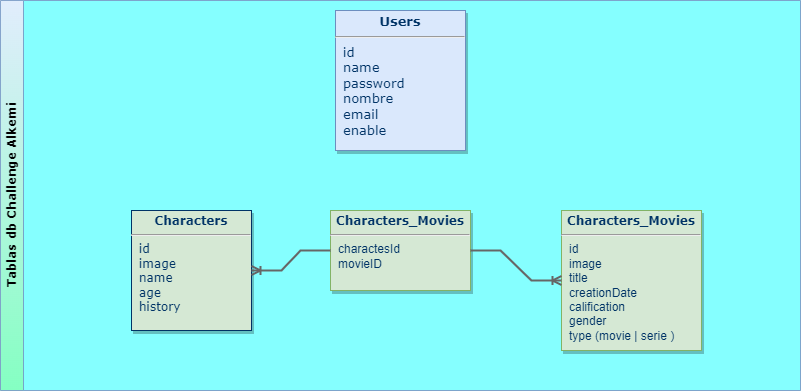
alekusa/api_nodejs keeps this draw.io diagram as db.png. Above is the earlier version. Source tidied: cells renumbered, new cells last; positions are measured from the earlier drawing's top-left corner, leaving out a move shared by most shapes. The source it was exported from:
```xml
<mxGraphModel>
  <root>
    <mxCell id="0" />
    <mxCell id="1" parent="0" />
    <mxCell id="2" value="Tablas db Challenge Alkemi" style="swimlane;horizontal=0;whiteSpace=wrap;html=1;fontFamily=Verdana;glass=0;opacity=80;fillColor=#dae8fc;strokeColor=#6c8ebf;fillStyle=auto;gradientColor=#66FFB3;swimlaneFillColor=#66FFFF;" parent="1" vertex="1">
      <mxGeometry width="800" height="390" as="geometry" />
    </mxCell>
    <mxCell id="3" value="&lt;p style=&quot;margin: 4px 0px 0px; text-align: center; font-size: 13px;&quot;&gt;&lt;strong style=&quot;font-size: 13px;&quot;&gt;Users&lt;/strong&gt;&lt;/p&gt;&lt;hr style=&quot;font-size: 13px;&quot;&gt;&lt;p style=&quot;margin: 0px 0px 0px 8px; font-size: 13px;&quot;&gt;id&lt;/p&gt;&lt;p style=&quot;margin: 0px 0px 0px 8px; font-size: 13px;&quot;&gt;name&lt;/p&gt;&lt;p style=&quot;margin: 0px 0px 0px 8px; font-size: 13px;&quot;&gt;password&lt;/p&gt;&lt;p style=&quot;margin: 0px 0px 0px 8px; font-size: 13px;&quot;&gt;&lt;span style=&quot;background-color: initial; font-size: 13px;&quot;&gt;nombre&lt;/span&gt;&lt;/p&gt;&lt;p style=&quot;margin: 0px 0px 0px 8px; font-size: 13px;&quot;&gt;&lt;span style=&quot;background-color: initial; font-size: 13px;&quot;&gt;email&lt;/span&gt;&lt;br style=&quot;font-size: 13px;&quot;&gt;&lt;/p&gt;&lt;p style=&quot;margin: 0px 0px 0px 8px; font-size: 13px;&quot;&gt;&lt;span style=&quot;background-color: initial; font-size: 13px;&quot;&gt;enable&lt;/span&gt;&lt;/p&gt;&lt;p style=&quot;margin: 0px 0px 0px 8px; font-size: 13px;&quot;&gt;&lt;span style=&quot;background-color: initial; font-size: 13px;&quot;&gt;&lt;br style=&quot;font-size: 13px;&quot;&gt;&lt;/span&gt;&lt;/p&gt;" style="verticalAlign=top;align=left;overflow=fill;fontSize=13;fontFamily=Verdana;html=1;strokeColor=#6c8ebf;shadow=1;fillColor=#dae8fc;direction=west;flipH=0;flipV=1;fontColor=#003366;" parent="2" vertex="1">
      <mxGeometry x="335" y="10" width="130" height="140" as="geometry" />
    </mxCell>
    <mxCell id="4" value="&lt;p style=&quot;margin: 4px 0px 0px; text-align: center;&quot;&gt;&lt;b style=&quot;&quot;&gt;&lt;font style=&quot;&quot; face=&quot;Verdana&quot;&gt;Characters&lt;/font&gt;&lt;/b&gt;&lt;/p&gt;&lt;hr&gt;&lt;p style=&quot;margin: 0px; margin-left: 8px;&quot;&gt;&lt;font face=&quot;Verdana&quot;&gt;id&lt;/font&gt;&lt;/p&gt;&lt;p style=&quot;margin: 0px; margin-left: 8px;&quot;&gt;&lt;font face=&quot;Verdana&quot;&gt;image&lt;/font&gt;&lt;/p&gt;&lt;p style=&quot;margin: 0px; margin-left: 8px;&quot;&gt;&lt;font face=&quot;Verdana&quot;&gt;name&lt;/font&gt;&lt;/p&gt;&lt;p style=&quot;margin: 0px; margin-left: 8px;&quot;&gt;&lt;font face=&quot;Verdana&quot;&gt;age&lt;/font&gt;&lt;/p&gt;&lt;p style=&quot;margin: 0px; margin-left: 8px;&quot;&gt;&lt;font face=&quot;Verdana&quot;&gt;history&lt;/font&gt;&lt;/p&gt;" style="verticalAlign=top;align=left;overflow=fill;fontSize=12;fontFamily=Helvetica;html=1;strokeColor=#003366;shadow=1;fillColor=#D5E8D4;fontColor=#003366;" parent="2" vertex="1">
      <mxGeometry x="131" y="210" width="120" height="120" as="geometry" />
    </mxCell>
    <mxCell id="5" value="&lt;p style=&quot;margin: 4px 0px 0px; text-align: center;&quot;&gt;&lt;b style=&quot;&quot;&gt;&lt;font style=&quot;&quot; face=&quot;Verdana&quot;&gt;Characters_Movies&lt;/font&gt;&lt;/b&gt;&lt;/p&gt;&lt;hr&gt;&lt;p style=&quot;margin: 0px; margin-left: 8px;&quot;&gt;id&lt;/p&gt;&lt;p style=&quot;margin: 0px; margin-left: 8px;&quot;&gt;image&lt;/p&gt;&lt;p style=&quot;margin: 0px; margin-left: 8px;&quot;&gt;title&lt;/p&gt;&lt;p style=&quot;margin: 0px; margin-left: 8px;&quot;&gt;creationDate&lt;/p&gt;&lt;p style=&quot;margin: 0px; margin-left: 8px;&quot;&gt;calification&lt;/p&gt;&lt;p style=&quot;margin: 0px; margin-left: 8px;&quot;&gt;gender&lt;/p&gt;&lt;p style=&quot;margin: 0px; margin-left: 8px;&quot;&gt;type (movie | serie )&lt;/p&gt;&lt;p style=&quot;margin: 0px; margin-left: 8px;&quot;&gt;&lt;br&gt;&lt;/p&gt;" style="verticalAlign=top;align=left;overflow=fill;fontSize=12;fontFamily=Helvetica;html=1;strokeColor=#82b366;shadow=1;fillColor=#d5e8d4;fontColor=#003366;" parent="2" vertex="1">
      <mxGeometry x="561" y="210" width="140" height="140" as="geometry" />
    </mxCell>
    <mxCell id="6" value="&lt;p style=&quot;margin: 4px 0px 0px; text-align: center;&quot;&gt;&lt;b style=&quot;&quot;&gt;&lt;font style=&quot;&quot; face=&quot;Verdana&quot;&gt;Characters_Movies&lt;/font&gt;&lt;/b&gt;&lt;/p&gt;&lt;hr&gt;&lt;p style=&quot;margin: 0px; margin-left: 8px;&quot;&gt;charactesId&lt;/p&gt;&lt;p style=&quot;margin: 0px; margin-left: 8px;&quot;&gt;movieID&lt;/p&gt;" style="verticalAlign=top;align=left;overflow=fill;fontSize=12;fontFamily=Helvetica;html=1;strokeColor=#82b366;shadow=1;fillColor=#d5e8d4;fontColor=#003366;" parent="2" vertex="1">
      <mxGeometry x="330" y="210" width="140" height="80" as="geometry" />
    </mxCell>
    <mxCell id="7" style="edgeStyle=entityRelationEdgeStyle;fontSize=12;html=1;endArrow=ERoneToMany;rounded=0;fontFamily=Verdana;strokeColor=#666666;labelBackgroundColor=none;fontColor=#000000;strokeWidth=2;" parent="2" edge="1" source="6" target="5">
      <mxGeometry relative="1" as="geometry" />
    </mxCell>
    <mxCell id="8" style="edgeStyle=entityRelationEdgeStyle;fontSize=12;html=1;endArrow=ERoneToMany;rounded=0;fontFamily=Verdana;exitX=0;exitY=0.5;exitDx=0;exitDy=0;strokeColor=#666666;strokeWidth=2;" parent="2" edge="1" source="6" target="4">
      <mxGeometry relative="1" as="geometry" />
    </mxCell>
  </root>
</mxGraphModel>
```
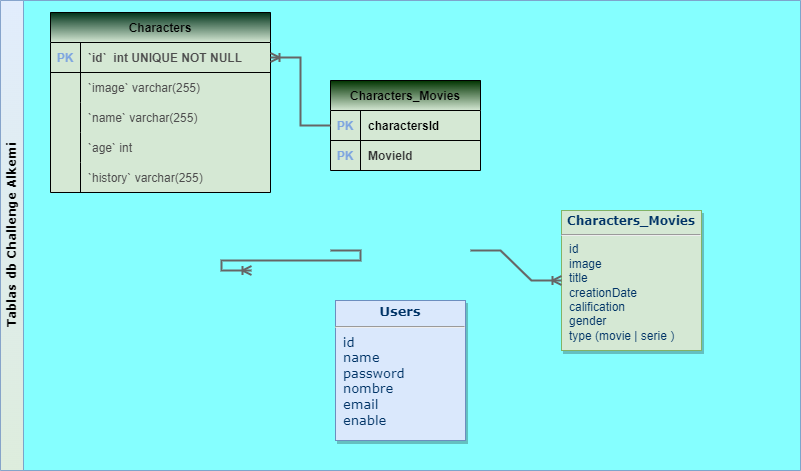
After the change.

Change to the diagram source:
```diff
@@ -2,26 +2,103 @@
   <root>
     <mxCell id="0" />
     <mxCell id="1" parent="0" />
-    <mxCell id="2" value="Tablas db Challenge Alkemi" style="swimlane;horizontal=0;whiteSpace=wrap;html=1;fontFamily=Verdana;glass=0;opacity=80;fillColor=#dae8fc;strokeColor=#6c8ebf;fillStyle=auto;gradientColor=#66FFB3;swimlaneFillColor=#66FFFF;" parent="1" vertex="1">
-      <mxGeometry width="800" height="390" as="geometry" />
+    <mxCell id="2" value="Tablas db Challenge Alkemi" style="swimlane;horizontal=0;whiteSpace=wrap;html=1;fontFamily=Verdana;glass=0;opacity=80;fillColor=#dae8fc;strokeColor=#6c8ebf;fillStyle=auto;gradientColor=#D5E8D4;swimlaneFillColor=#66FFFF;" parent="1" vertex="1">
+      <mxGeometry width="800" height="470" as="geometry" />
     </mxCell>
     <mxCell id="3" value="&lt;p style=&quot;margin: 4px 0px 0px; text-align: center; font-size: 13px;&quot;&gt;&lt;strong style=&quot;font-size: 13px;&quot;&gt;Users&lt;/strong&gt;&lt;/p&gt;&lt;hr style=&quot;font-size: 13px;&quot;&gt;&lt;p style=&quot;margin: 0px 0px 0px 8px; font-size: 13px;&quot;&gt;id&lt;/p&gt;&lt;p style=&quot;margin: 0px 0px 0px 8px; font-size: 13px;&quot;&gt;name&lt;/p&gt;&lt;p style=&quot;margin: 0px 0px 0px 8px; font-size: 13px;&quot;&gt;password&lt;/p&gt;&lt;p style=&quot;margin: 0px 0px 0px 8px; font-size: 13px;&quot;&gt;&lt;span style=&quot;background-color: initial; font-size: 13px;&quot;&gt;nombre&lt;/span&gt;&lt;/p&gt;&lt;p style=&quot;margin: 0px 0px 0px 8px; font-size: 13px;&quot;&gt;&lt;span style=&quot;background-color: initial; font-size: 13px;&quot;&gt;email&lt;/span&gt;&lt;br style=&quot;font-size: 13px;&quot;&gt;&lt;/p&gt;&lt;p style=&quot;margin: 0px 0px 0px 8px; font-size: 13px;&quot;&gt;&lt;span style=&quot;background-color: initial; font-size: 13px;&quot;&gt;enable&lt;/span&gt;&lt;/p&gt;&lt;p style=&quot;margin: 0px 0px 0px 8px; font-size: 13px;&quot;&gt;&lt;span style=&quot;background-color: initial; font-size: 13px;&quot;&gt;&lt;br style=&quot;font-size: 13px;&quot;&gt;&lt;/span&gt;&lt;/p&gt;" style="verticalAlign=top;align=left;overflow=fill;fontSize=13;fontFamily=Verdana;html=1;strokeColor=#6c8ebf;shadow=1;fillColor=#dae8fc;direction=west;flipH=0;flipV=1;fontColor=#003366;" parent="2" vertex="1">
-      <mxGeometry x="335" y="10" width="130" height="140" as="geometry" />
+      <mxGeometry x="335" y="300" width="130" height="140" as="geometry" />
     </mxCell>
-    <mxCell id="4" value="&lt;p style=&quot;margin: 4px 0px 0px; text-align: center;&quot;&gt;&lt;b style=&quot;&quot;&gt;&lt;font style=&quot;&quot; face=&quot;Verdana&quot;&gt;Characters&lt;/font&gt;&lt;/b&gt;&lt;/p&gt;&lt;hr&gt;&lt;p style=&quot;margin: 0px; margin-left: 8px;&quot;&gt;&lt;font face=&quot;Verdana&quot;&gt;id&lt;/font&gt;&lt;/p&gt;&lt;p style=&quot;margin: 0px; margin-left: 8px;&quot;&gt;&lt;font face=&quot;Verdana&quot;&gt;image&lt;/font&gt;&lt;/p&gt;&lt;p style=&quot;margin: 0px; margin-left: 8px;&quot;&gt;&lt;font face=&quot;Verdana&quot;&gt;name&lt;/font&gt;&lt;/p&gt;&lt;p style=&quot;margin: 0px; margin-left: 8px;&quot;&gt;&lt;font face=&quot;Verdana&quot;&gt;age&lt;/font&gt;&lt;/p&gt;&lt;p style=&quot;margin: 0px; margin-left: 8px;&quot;&gt;&lt;font face=&quot;Verdana&quot;&gt;history&lt;/font&gt;&lt;/p&gt;" style="verticalAlign=top;align=left;overflow=fill;fontSize=12;fontFamily=Helvetica;html=1;strokeColor=#003366;shadow=1;fillColor=#D5E8D4;fontColor=#003366;" parent="2" vertex="1">
-      <mxGeometry x="131" y="210" width="120" height="120" as="geometry" />
-    </mxCell>
     <mxCell id="5" value="&lt;p style=&quot;margin: 4px 0px 0px; text-align: center;&quot;&gt;&lt;b style=&quot;&quot;&gt;&lt;font style=&quot;&quot; face=&quot;Verdana&quot;&gt;Characters_Movies&lt;/font&gt;&lt;/b&gt;&lt;/p&gt;&lt;hr&gt;&lt;p style=&quot;margin: 0px; margin-left: 8px;&quot;&gt;id&lt;/p&gt;&lt;p style=&quot;margin: 0px; margin-left: 8px;&quot;&gt;image&lt;/p&gt;&lt;p style=&quot;margin: 0px; margin-left: 8px;&quot;&gt;title&lt;/p&gt;&lt;p style=&quot;margin: 0px; margin-left: 8px;&quot;&gt;creationDate&lt;/p&gt;&lt;p style=&quot;margin: 0px; margin-left: 8px;&quot;&gt;calification&lt;/p&gt;&lt;p style=&quot;margin: 0px; margin-left: 8px;&quot;&gt;gender&lt;/p&gt;&lt;p style=&quot;margin: 0px; margin-left: 8px;&quot;&gt;type (movie | serie )&lt;/p&gt;&lt;p style=&quot;margin: 0px; margin-left: 8px;&quot;&gt;&lt;br&gt;&lt;/p&gt;" style="verticalAlign=top;align=left;overflow=fill;fontSize=12;fontFamily=Helvetica;html=1;strokeColor=#82b366;shadow=1;fillColor=#d5e8d4;fontColor=#003366;" parent="2" vertex="1">
       <mxGeometry x="561" y="210" width="140" height="140" as="geometry" />
     </mxCell>
-    <mxCell id="6" value="&lt;p style=&quot;margin: 4px 0px 0px; text-align: center;&quot;&gt;&lt;b style=&quot;&quot;&gt;&lt;font style=&quot;&quot; face=&quot;Verdana&quot;&gt;Characters_Movies&lt;/font&gt;&lt;/b&gt;&lt;/p&gt;&lt;hr&gt;&lt;p style=&quot;margin: 0px; margin-left: 8px;&quot;&gt;charactesId&lt;/p&gt;&lt;p style=&quot;margin: 0px; margin-left: 8px;&quot;&gt;movieID&lt;/p&gt;" style="verticalAlign=top;align=left;overflow=fill;fontSize=12;fontFamily=Helvetica;html=1;strokeColor=#82b366;shadow=1;fillColor=#d5e8d4;fontColor=#003366;" parent="2" vertex="1">
-      <mxGeometry x="330" y="210" width="140" height="80" as="geometry" />
-    </mxCell>
-    <mxCell id="7" style="edgeStyle=entityRelationEdgeStyle;fontSize=12;html=1;endArrow=ERoneToMany;rounded=0;fontFamily=Verdana;strokeColor=#666666;labelBackgroundColor=none;fontColor=#000000;strokeWidth=2;" parent="2" edge="1" source="6" target="5">
-      <mxGeometry relative="1" as="geometry" />
+    <mxCell id="7" style="edgeStyle=entityRelationEdgeStyle;fontSize=12;html=1;endArrow=ERoneToMany;rounded=0;fontFamily=Verdana;strokeColor=#666666;labelBackgroundColor=none;fontColor=#000000;strokeWidth=2;" parent="2" edge="1" target="5">
+      <mxGeometry relative="1" as="geometry">
+        <mxPoint x="470" y="250" as="sourcePoint" />
+      </mxGeometry>
     </mxCell>
-    <mxCell id="8" style="edgeStyle=entityRelationEdgeStyle;fontSize=12;html=1;endArrow=ERoneToMany;rounded=0;fontFamily=Verdana;exitX=0;exitY=0.5;exitDx=0;exitDy=0;strokeColor=#666666;strokeWidth=2;" parent="2" edge="1" source="6" target="4">
-      <mxGeometry relative="1" as="geometry" />
+    <mxCell id="8" style="edgeStyle=entityRelationEdgeStyle;fontSize=12;html=1;endArrow=ERoneToMany;rounded=0;fontFamily=Verdana;exitX=0;exitY=0.5;exitDx=0;exitDy=0;strokeColor=#666666;strokeWidth=2;" parent="2" edge="1">
+      <mxGeometry relative="1" as="geometry">
+        <mxPoint x="330" y="250" as="sourcePoint" />
+        <mxPoint x="251" y="270" as="targetPoint" />
+      </mxGeometry>
     </mxCell>
+    <mxCell id="9" value="Characters_Movies" style="shape=table;startSize=30;rowLines=0;fontStyle=1;align=center;gradientColor=#003300;gradientDirection=north;swimlaneFillColor=#D5E8D4;fontColor=#000000;fillColor=#D5E8D4;" parent="2" vertex="1">
+      <mxGeometry x="330" y="80" width="150" height="90" as="geometry" />
+    </mxCell>
+    <mxCell id="10" style="shape=tableRow;horizontal=0;startSize=0;swimlaneHead=0;swimlaneBody=0;fillColor=none;points=[[0,0.5],[1,0.5]];portConstraint=eastwest;strokeColor=inherit;top=0;left=0;right=0;bottom=1;fontColor=#666666;" parent="9" vertex="1">
+      <mxGeometry y="30" width="150" height="30" as="geometry" />
+    </mxCell>
+    <mxCell id="11" value="PK" style="shape=partialRectangle;overflow=hidden;fillColor=none;strokeColor=inherit;top=0;left=0;bottom=0;right=0;fontStyle=1;fontColor=#7EA6E0;" parent="10" vertex="1">
+      <mxGeometry width="30" height="30" as="geometry" />
+    </mxCell>
+    <mxCell id="12" value="charactersId" style="shape=partialRectangle;overflow=hidden;fillColor=none;align=left;strokeColor=inherit;top=0;left=0;bottom=0;right=0;spacingLeft=6;fontStyle=1;fontColor=#000000;" parent="10" vertex="1">
+      <mxGeometry x="30" width="120" height="30" as="geometry" />
+    </mxCell>
+    <mxCell id="13" style="shape=tableRow;horizontal=0;startSize=0;swimlaneHead=0;swimlaneBody=0;fillColor=none;strokeColor=inherit;top=0;left=0;right=0;bottom=0;fontColor=#666666;" parent="9" vertex="1">
+      <mxGeometry y="60" width="150" height="30" as="geometry" />
+    </mxCell>
+    <mxCell id="14" value="PK" style="shape=partialRectangle;overflow=hidden;fillColor=none;strokeColor=inherit;top=0;left=0;bottom=0;right=0;fontColor=#7EA6E0;fontStyle=1;" parent="13" vertex="1">
+      <mxGeometry width="30" height="30" as="geometry" />
+    </mxCell>
+    <mxCell id="15" value="MovieId" style="shape=partialRectangle;overflow=hidden;fillColor=none;align=left;strokeColor=inherit;top=0;left=0;bottom=0;right=0;spacingLeft=6;fontColor=#333333;fontStyle=1;" parent="13" vertex="1">
+      <mxGeometry x="30" width="120" height="30" as="geometry" />
+    </mxCell>
+    <mxCell id="16" value="Characters" style="shape=table;startSize=30;rowLines=0;fontStyle=1;align=center;gradientColor=#00331A;swimlaneFillColor=#D5E8D4;fillColor=#D5E8D4;fontColor=#000000;gradientDirection=north;" parent="2" vertex="1">
+      <mxGeometry x="50" y="12" width="220" height="180" as="geometry" />
+    </mxCell>
+    <mxCell id="17" style="shape=tableRow;horizontal=0;startSize=0;swimlaneHead=0;swimlaneBody=0;fillColor=none;points=[[0,0.5],[1,0.5]];portConstraint=eastwest;strokeColor=inherit;top=0;left=0;right=0;bottom=1;" parent="16" vertex="1">
+      <mxGeometry y="30" width="220" height="30" as="geometry" />
+    </mxCell>
+    <mxCell id="18" value="PK" style="shape=partialRectangle;overflow=hidden;fillColor=none;strokeColor=inherit;top=0;left=0;bottom=0;right=0;fontStyle=1;fontColor=#7EA6E0;" parent="17" vertex="1">
+      <mxGeometry width="30" height="30" as="geometry" />
+    </mxCell>
+    <mxCell id="19" value="`id`  int UNIQUE NOT NULL" style="shape=partialRectangle;overflow=hidden;fillColor=none;align=left;strokeColor=inherit;top=0;left=0;bottom=0;right=0;spacingLeft=6;fontStyle=1;fontColor=#4D4D4D;" parent="17" vertex="1">
+      <mxGeometry x="30" width="190" height="30" as="geometry" />
+    </mxCell>
+    <mxCell id="20" style="shape=tableRow;horizontal=0;startSize=0;swimlaneHead=0;swimlaneBody=0;fillColor=none;strokeColor=inherit;top=0;left=0;right=0;bottom=0;" parent="16" vertex="1">
+      <mxGeometry y="60" width="220" height="30" as="geometry" />
+    </mxCell>
+    <mxCell id="21" style="shape=partialRectangle;overflow=hidden;fillColor=none;strokeColor=inherit;top=0;left=0;bottom=0;right=0;" parent="20" vertex="1">
+      <mxGeometry width="30" height="30" as="geometry" />
+    </mxCell>
+    <mxCell id="22" value="`image` varchar(255)" style="shape=partialRectangle;overflow=hidden;fillColor=none;align=left;strokeColor=inherit;top=0;left=0;bottom=0;right=0;spacingLeft=6;fontColor=#4D4D4D;" parent="20" vertex="1">
+      <mxGeometry x="30" width="190" height="30" as="geometry" />
+    </mxCell>
+    <mxCell id="23" style="shape=tableRow;horizontal=0;startSize=0;swimlaneHead=0;swimlaneBody=0;fillColor=none;strokeColor=inherit;top=0;left=0;right=0;bottom=0;" parent="16" vertex="1">
+      <mxGeometry y="90" width="220" height="30" as="geometry" />
+    </mxCell>
+    <mxCell id="24" style="shape=partialRectangle;overflow=hidden;fillColor=none;strokeColor=inherit;top=0;left=0;bottom=0;right=0;" parent="23" vertex="1">
+      <mxGeometry width="30" height="30" as="geometry" />
+    </mxCell>
+    <mxCell id="25" value="`name` varchar(255)" style="shape=partialRectangle;overflow=hidden;fillColor=none;align=left;strokeColor=inherit;top=0;left=0;bottom=0;right=0;spacingLeft=6;fontColor=#4D4D4D;" parent="23" vertex="1">
+      <mxGeometry x="30" width="190" height="30" as="geometry" />
+    </mxCell>
+    <mxCell id="26" style="shape=tableRow;horizontal=0;startSize=0;swimlaneHead=0;swimlaneBody=0;fillColor=none;strokeColor=inherit;top=0;left=0;right=0;bottom=0;" parent="16" vertex="1">
+      <mxGeometry y="120" width="220" height="30" as="geometry" />
+    </mxCell>
+    <mxCell id="27" style="shape=partialRectangle;overflow=hidden;fillColor=none;strokeColor=inherit;top=0;left=0;bottom=0;right=0;" parent="26" vertex="1">
+      <mxGeometry width="30" height="30" as="geometry" />
+    </mxCell>
+    <mxCell id="28" value="`age` int" style="shape=partialRectangle;overflow=hidden;fillColor=none;align=left;strokeColor=inherit;top=0;left=0;bottom=0;right=0;spacingLeft=6;fontColor=#4D4D4D;" parent="26" vertex="1">
+      <mxGeometry x="30" width="190" height="30" as="geometry" />
+    </mxCell>
+    <mxCell id="29" style="shape=tableRow;horizontal=0;startSize=0;swimlaneHead=0;swimlaneBody=0;fillColor=none;strokeColor=inherit;top=0;left=0;right=0;bottom=0;" parent="16" vertex="1">
+      <mxGeometry y="150" width="220" height="30" as="geometry" />
+    </mxCell>
+    <mxCell id="30" style="shape=partialRectangle;overflow=hidden;fillColor=none;strokeColor=inherit;top=0;left=0;bottom=0;right=0;" parent="29" vertex="1">
+      <mxGeometry width="30" height="30" as="geometry" />
+    </mxCell>
+    <mxCell id="31" value="`history` varchar(255)" style="shape=partialRectangle;overflow=hidden;fillColor=none;align=left;strokeColor=inherit;top=0;left=0;bottom=0;right=0;spacingLeft=6;fontColor=#4D4D4D;" parent="29" vertex="1">
+      <mxGeometry x="30" width="190" height="30" as="geometry" />
+    </mxCell>
+    <mxCell id="32" style="shape=tableRow;horizontal=0;startSize=0;swimlaneHead=0;swimlaneBody=0;fillColor=none;strokeColor=inherit;top=0;left=0;right=0;bottom=0;" parent="2" vertex="1">
+      <mxGeometry x="50" y="160" width="220" height="30" as="geometry" />
+    </mxCell>
+    <mxCell id="33" style="shape=partialRectangle;overflow=hidden;fillColor=none;strokeColor=inherit;top=0;left=0;bottom=0;right=0;" parent="32" vertex="1">
+      <mxGeometry width="30" height="30" as="geometry" />
+    </mxCell>
+    <mxCell id="34" style="edgeStyle=entityRelationEdgeStyle;fontSize=12;html=1;endArrow=ERoneToMany;rounded=0;labelBackgroundColor=none;strokeColor=#666666;strokeWidth=2;fontColor=#000000;entryX=1;entryY=0.5;entryDx=0;entryDy=0;exitX=0;exitY=0.5;exitDx=0;exitDy=0;" parent="2" edge="1" source="10" target="17">
+      <mxGeometry relative="1" as="geometry" />
+    </mxCell>
   </root>
 </mxGraphModel>
```
